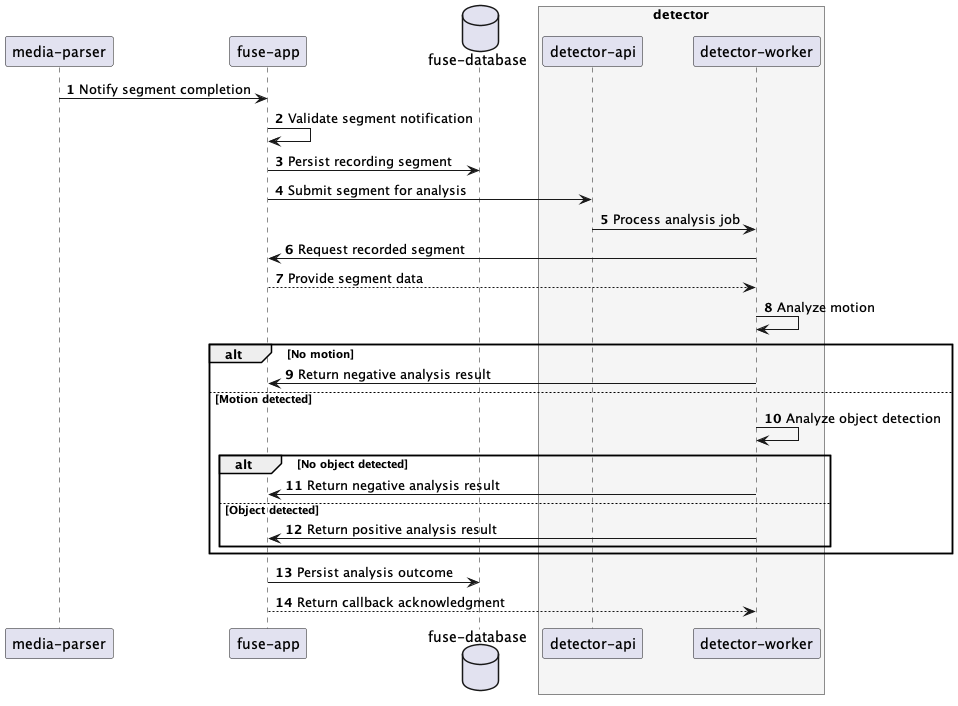
Earlier version of the PlantUML export thesis/ch3/assets/detector-sd.png (gustavocaiano/fuse). Source of this version:
```plantuml
@startuml


autonumber
skinparam responseMessageBelowArrow true

participant "media-parser" as MediaParser
participant "fuse-app" as FuseApp
database "fuse-database" as FuseDatabase

box "detector" #F5F5F5
  participant "detector-api" as DetectorApi
  participant "detector-worker" as DetectorWorker
end box

MediaParser -> FuseApp: Notify segment completion
FuseApp -> FuseApp: Validate segment notification
FuseApp -> FuseDatabase: Persist recording segment
FuseApp -> DetectorApi: Submit segment for analysis
DetectorApi -> DetectorWorker: Process analysis job
DetectorWorker -> FuseApp: Request recorded segment
FuseApp --> DetectorWorker: Provide segment data

DetectorWorker -> DetectorWorker: Analyze motion

alt No motion
  DetectorWorker -> FuseApp: Return negative analysis result
else Motion detected
  DetectorWorker -> DetectorWorker: Analyze object detection
  alt No object detected
    DetectorWorker -> FuseApp: Return negative analysis result
  else Object detected
    DetectorWorker -> FuseApp: Return positive analysis result
  end
end

FuseApp -> FuseDatabase: Persist analysis outcome
FuseApp --> DetectorWorker: Return callback acknowledgment

@enduml
```
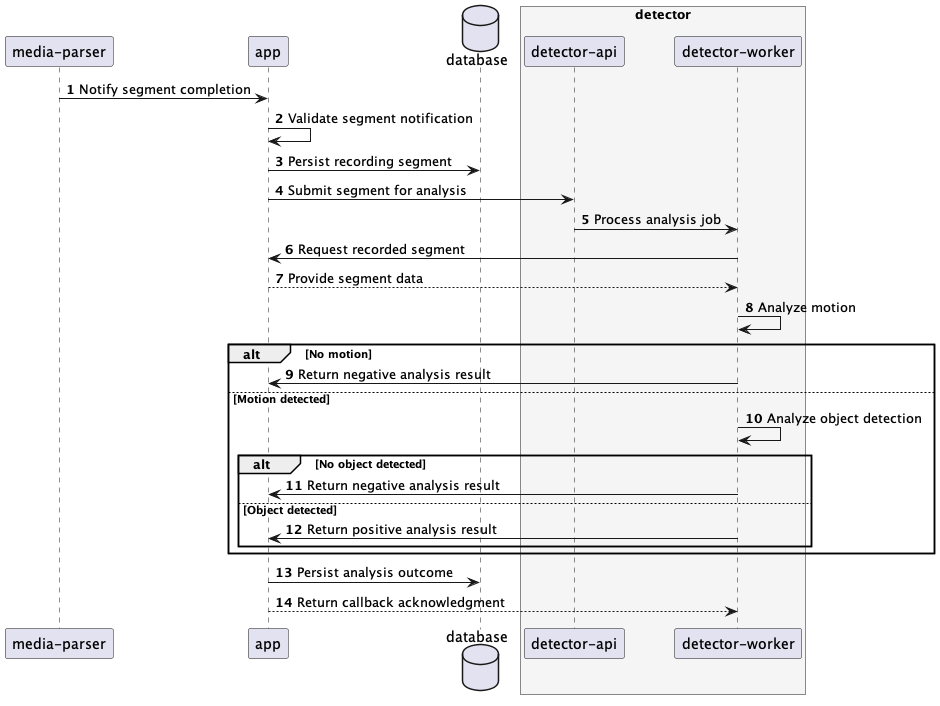
The same file after the commit.

Change to the diagram source:
```diff
@@ -5,8 +5,8 @@
 skinparam responseMessageBelowArrow true
 
 participant "media-parser" as MediaParser
-participant "fuse-app" as FuseApp
-database "fuse-database" as FuseDatabase
+participant "app" as FuseApp
+database "database" as FuseDatabase
 
 box "detector" #F5F5F5
   participant "detector-api" as DetectorApi
```
